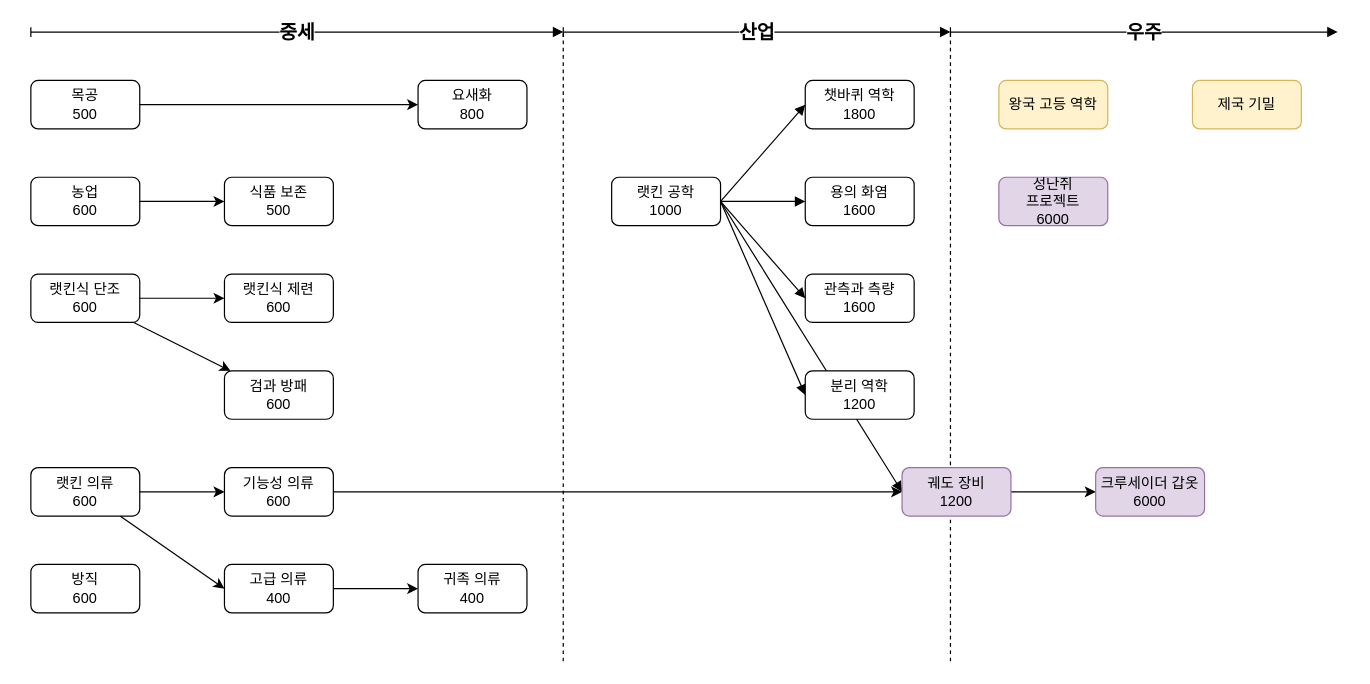
The draw.io diagram 랫킨 연구 목록.drawio in solaris0115/Ratkin, before the edit. Source tidied: cells renumbered, new cells numbered last; positions are measured from the earlier drawing's top-left corner, leaving out a move shared by most shapes. Both pictures are drawn from the tidied source at 121%, with x=0, y=0 at pixel (30, 31).
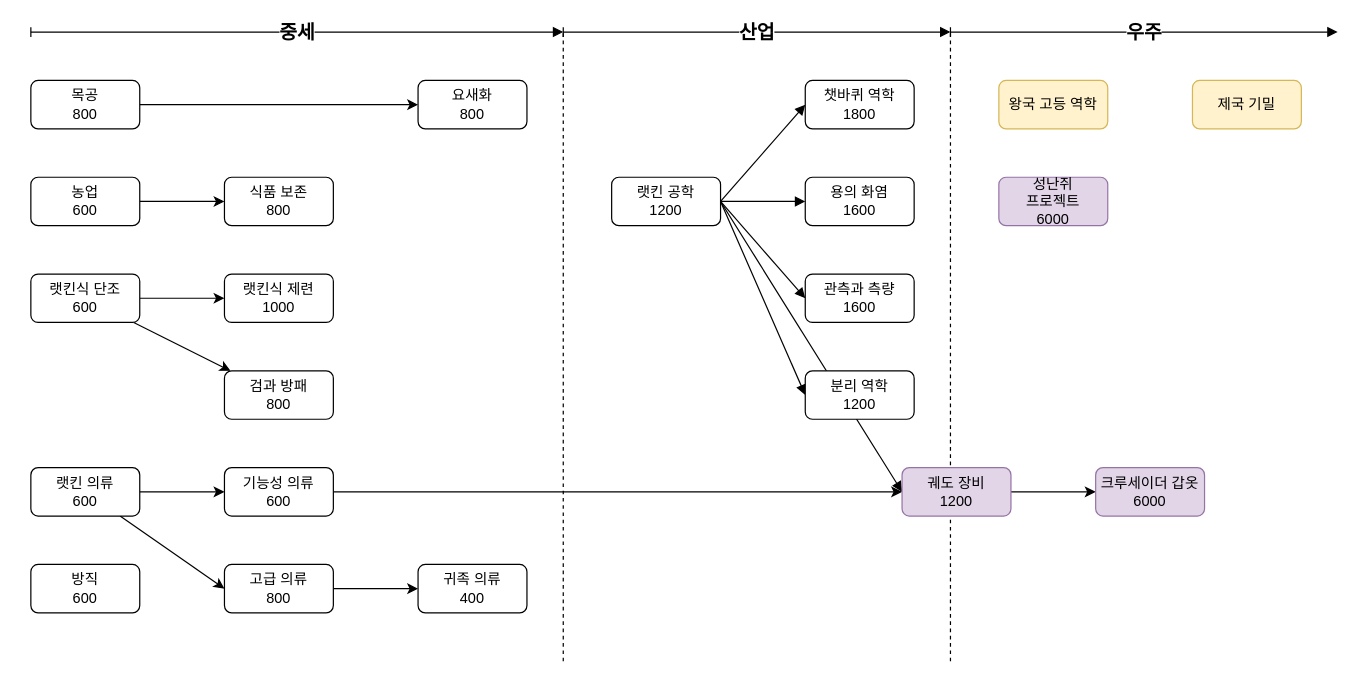
The same page after the edit.

Diff of the diagram source:
```diff
@@
-    <mxCell id="8" value="목공&lt;br&gt;500" style="rounded=1;whiteSpace=wrap;html=1;" parent="1" vertex="1">
+    <mxCell id="8" value="목공&lt;br&gt;800" style="rounded=1;whiteSpace=wrap;html=1;" parent="1" vertex="1">
       <mxGeometry y="40" width="90" height="40" as="geometry" />
     </mxCell>
@@
-    <mxCell id="14" value="랫킨 공학&lt;br&gt;1000" style="rounded=1;whiteSpace=wrap;html=1;" parent="1" vertex="1">
+    <mxCell id="14" value="랫킨 공학&lt;br&gt;1200" style="rounded=1;whiteSpace=wrap;html=1;" parent="1" vertex="1">
       <mxGeometry x="480" y="120" width="90" height="40" as="geometry" />
     </mxCell>
@@
-    <mxCell id="22" value="고급 의류&lt;br&gt;400" style="rounded=1;whiteSpace=wrap;html=1;" parent="1" vertex="1">
+    <mxCell id="22" value="고급 의류&lt;br&gt;800" style="rounded=1;whiteSpace=wrap;html=1;" parent="1" vertex="1">
       <mxGeometry x="160" y="440" width="90" height="40" as="geometry" />
     </mxCell>
@@
-    <mxCell id="30" value="식품 보존&lt;br&gt;500" style="rounded=1;whiteSpace=wrap;html=1;" parent="1" vertex="1">
+    <mxCell id="30" value="식품 보존&lt;br&gt;800" style="rounded=1;whiteSpace=wrap;html=1;" parent="1" vertex="1">
       <mxGeometry x="160" y="120" width="90" height="40" as="geometry" />
     </mxCell>
-    <mxCell id="31" value="검과 방패&lt;br&gt;600" style="rounded=1;whiteSpace=wrap;html=1;" parent="1" vertex="1">
+    <mxCell id="31" value="검과 방패&lt;br&gt;800" style="rounded=1;whiteSpace=wrap;html=1;" parent="1" vertex="1">
       <mxGeometry x="160" y="280" width="90" height="40" as="geometry" />
     </mxCell>
-    <mxCell id="32" value="랫킨식 제련&lt;br&gt;600" style="rounded=1;whiteSpace=wrap;html=1;" parent="1" vertex="1">
+    <mxCell id="32" value="랫킨식 제련&lt;br&gt;1000" style="rounded=1;whiteSpace=wrap;html=1;" parent="1" vertex="1">
       <mxGeometry x="160" y="200" width="90" height="40" as="geometry" />
     </mxCell>
```
